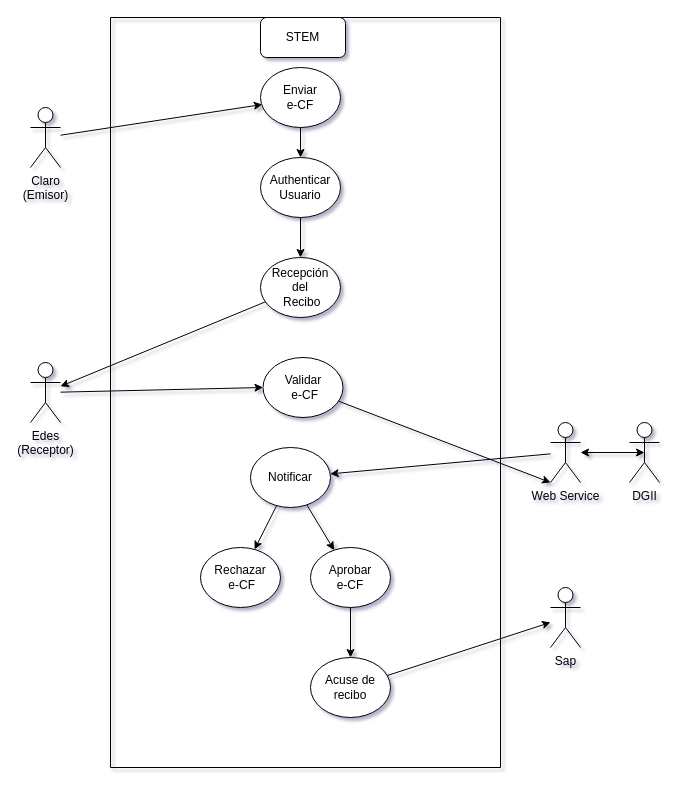
The draw.io diagram Untitled Diagram.drawio in eduardfortunatoabreu/Diagramas, before the edit. Source tidied: cells renumbered, new cells numbered last; positions are measured from the earlier drawing's top-left corner, leaving out a move shared by most shapes. Both pictures are drawn from the tidied source at 100%, with x=0, y=0 at pixel (30, 17).
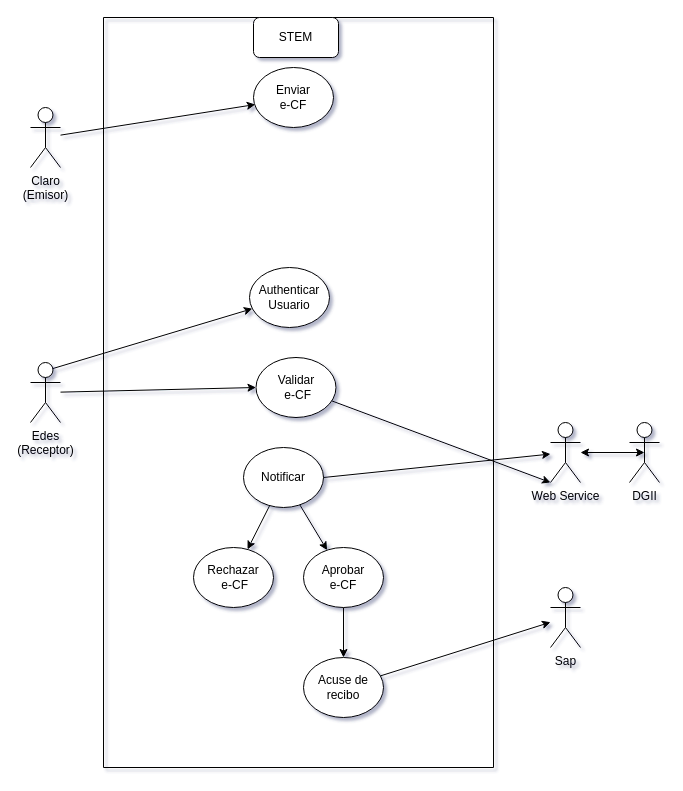
The same page after the edit.

Unchanged cells that the change refers to:
```xml
<mxCell id="2" value="Edes&lt;br&gt;(Receptor)" style="shape=umlActor;verticalLabelPosition=bottom;verticalAlign=top;html=1;outlineConnect=0;" parent="1" vertex="1">
  <mxGeometry y="345" width="30" height="60" as="geometry" />
</mxCell>
<mxCell id="4" value="Web Service&lt;br&gt;&lt;br&gt;" style="shape=umlActor;verticalLabelPosition=bottom;verticalAlign=top;html=1;outlineConnect=0;" parent="1" vertex="1">
  <mxGeometry x="520" y="405" width="30" height="60" as="geometry" />
</mxCell>
<mxCell id="7" value="Notificar" style="ellipse;whiteSpace=wrap;html=1;" parent="5" vertex="1">
  <mxGeometry x="140" y="430" width="80" height="60" as="geometry" />
</mxCell>
<mxCell id="9" value="Enviar &lt;br&gt;e-CF" style="ellipse;whiteSpace=wrap;html=1;" parent="5" vertex="1">
  <mxGeometry x="150" y="50" width="80" height="60" as="geometry" />
</mxCell>
```

Diff of the diagram source:
```diff
@@
     <mxCell id="5" style="swimlane;startSize=0;" parent="1" vertex="1">
-      <mxGeometry x="80" width="390" height="750" as="geometry" />
+      <mxGeometry x="73" width="390" height="750" as="geometry" />
     </mxCell>
@@
-    <mxCell id="8" style="edgeStyle=orthogonalEdgeStyle;rounded=0;jettySize=auto;html=1;" parent="5" edge="1" source="9" target="13">
-      <mxGeometry relative="1" as="geometry" />
-    </mxCell>
@@
-    <mxCell id="12" style="edgeStyle=orthogonalEdgeStyle;rounded=0;jettySize=auto;html=1;" parent="5" edge="1" source="13" target="16">
-      <mxGeometry relative="1" as="geometry" />
-    </mxCell>
     <mxCell id="13" value="Authenticar Usuario" style="ellipse;whiteSpace=wrap;html=1;" parent="5" vertex="1">
-      <mxGeometry x="150" y="140" width="80" height="60" as="geometry" />
+      <mxGeometry x="146" y="250" width="80" height="60" as="geometry" />
     </mxCell>
@@
-    <mxCell id="16" value="Recepción&lt;br&gt;del&lt;br&gt;&amp;nbsp;Recibo" style="ellipse;whiteSpace=wrap;html=1;" parent="5" vertex="1">
-      <mxGeometry x="150" y="240" width="80" height="60" as="geometry" />
-    </mxCell>
@@
-    <mxCell id="23" style="endArrow=classic;html=1;rounded=0;" parent="1" edge="1" source="16" target="2">
+    <mxCell id="23" style="endArrow=classic;html=1;rounded=0;exitX=0.75;exitY=0.1;exitDx=0;exitDy=0;exitPerimeter=0;" parent="1" edge="1" source="2" target="13">
       <mxGeometry relative="1" as="geometry" />
     </mxCell>
@@
-    <mxCell id="27" style="endArrow=classic;html=1;rounded=0;" parent="1" edge="1" source="4" target="7">
-      <mxGeometry relative="1" as="geometry" />
-    </mxCell>
@@
+    <mxCell id="29" style="endArrow=classic;html=1;rounded=0;exitX=1;exitY=0.5;exitDx=0;exitDy=0;" parent="1" edge="1" source="7" target="4">
+      <mxGeometry relative="1" as="geometry" />
+    </mxCell>
```
